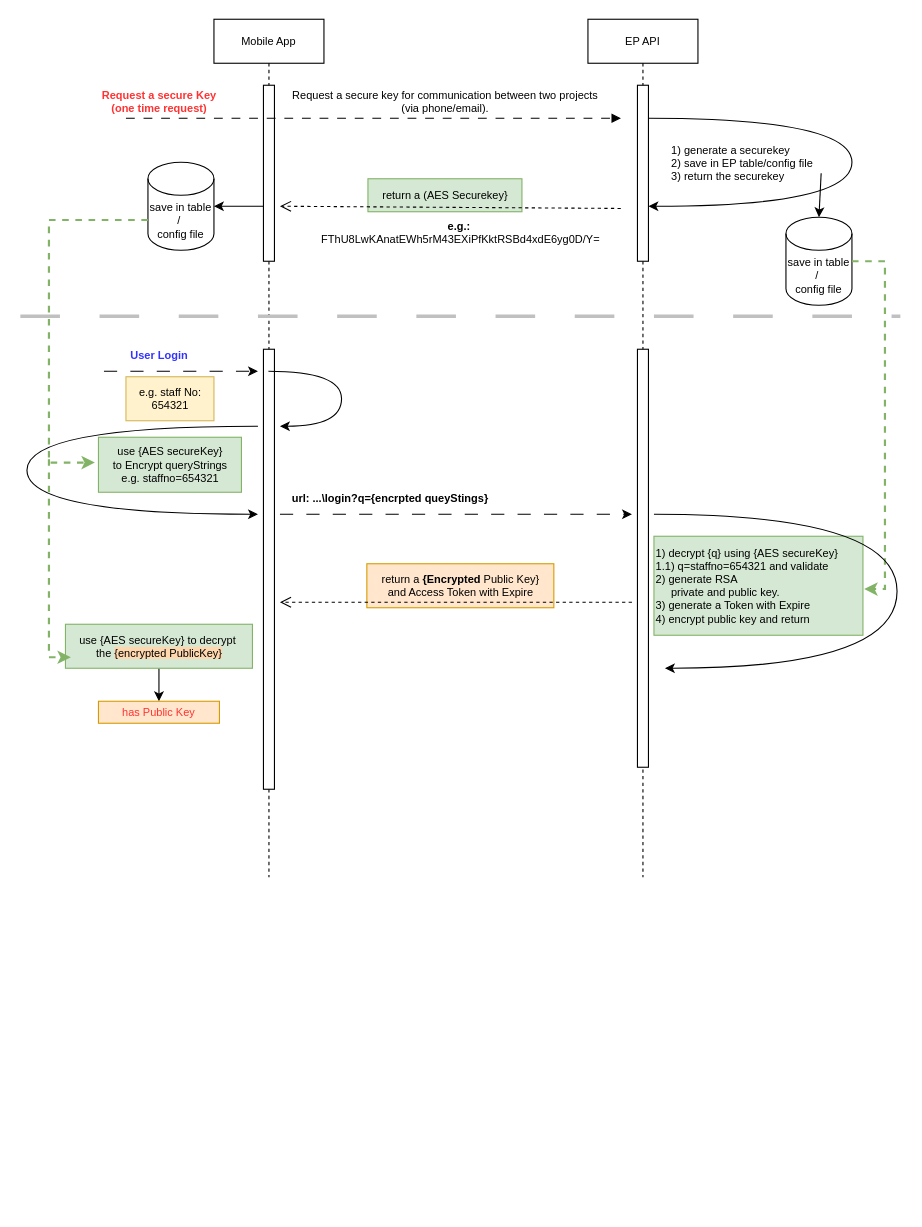
This is employeePortal_API_workflow.drawio from mujianlo/hrpt_drawio, a draw.io file, before an edit. Source tidied: cells renumbered, new cells numbered last; positions are measured from the earlier drawing's top-left corner, leaving out a move shared by most shapes. Both pictures are drawn from the tidied source at 110%, with x=0, y=0 at pixel (20, 19).
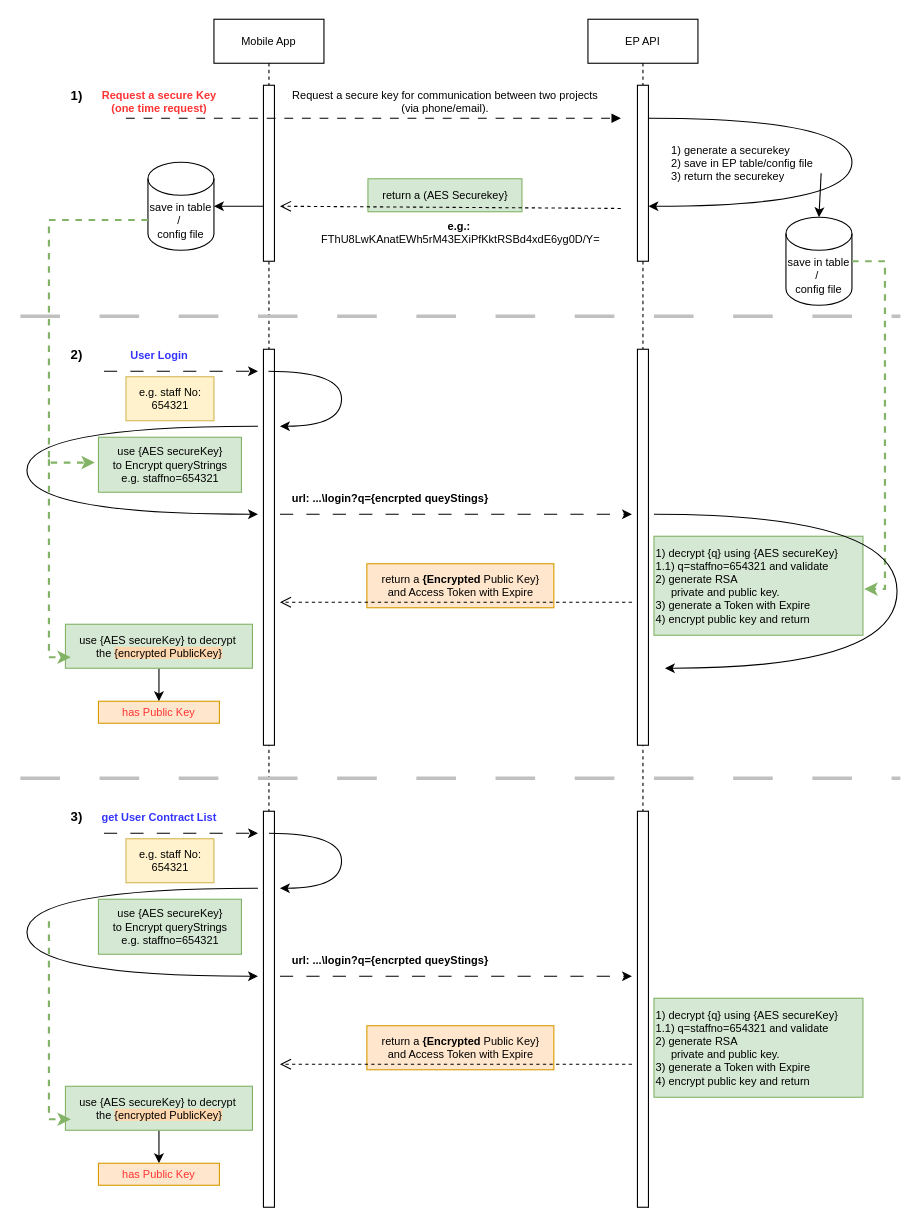
After the change.

Diff of the diagram source:
```diff
@@
     <mxCell id="4" value="Mobile App" style="shape=umlLifeline;perimeter=lifelinePerimeter;whiteSpace=wrap;html=1;outlineConnect=0;portConstraint=eastwest;newEdgeStyle={&quot;edgeStyle&quot;:&quot;elbowEdgeStyle&quot;,&quot;elbow&quot;:&quot;vertical&quot;,&quot;curved&quot;:0,&quot;rounded&quot;:0};fontSize=10;" parent="1" vertex="1">
-      <mxGeometry x="176" width="100" height="780" as="geometry" />
+      <mxGeometry x="176" width="100" height="940" as="geometry" />
     </mxCell>
@@
     <mxCell id="6" style="html=1;perimeter=orthogonalPerimeter;targetShapes=umlLifeline;newEdgeStyle={&quot;curved&quot;:0,&quot;rounded&quot;:0};fontSize=10;" parent="4" vertex="1">
-      <mxGeometry x="45" y="300" width="10" height="400" as="geometry" />
+      <mxGeometry x="45" y="300" width="10" height="360" as="geometry" />
     </mxCell>
     <mxCell id="7" value="EP API" style="shape=umlLifeline;perimeter=lifelinePerimeter;whiteSpace=wrap;html=1;newEdgeStyle={&quot;edgeStyle&quot;:&quot;elbowEdgeStyle&quot;,&quot;elbow&quot;:&quot;vertical&quot;,&quot;curved&quot;:0,&quot;rounded&quot;:0};fontSize=10;" parent="1" vertex="1">
-      <mxGeometry x="516" width="100" height="780" as="geometry" />
+      <mxGeometry x="516" width="100" height="940" as="geometry" />
     </mxCell>
@@
     <mxCell id="11" style="html=1;perimeter=orthogonalPerimeter;targetShapes=umlLifeline;newEdgeStyle={&quot;curved&quot;:0,&quot;rounded&quot;:0};fontSize=10;" parent="7" vertex="1">
-      <mxGeometry x="45" y="300" width="10" height="380" as="geometry" />
+      <mxGeometry x="45" y="300" width="10" height="360" as="geometry" />
     </mxCell>
@@
+    <mxCell id="38" style="endArrow=none;dashed=1;html=1;rounded=0;dashPattern=12 12;fillColor=#e1d5e7;strokeColor=#c0c0c0;strokeWidth=3;" parent="1" edge="1">
+      <mxGeometry relative="1" as="geometry">
+        <mxPoint y="690" as="sourcePoint" />
+        <mxPoint x="800" y="690" as="targetPoint" />
+      </mxGeometry>
+    </mxCell>
+    <mxCell id="39" value="1)" style="text;html=1;align=center;verticalAlign=middle;strokeColor=none;fillColor=none;fontStyle=1;" parent="1" vertex="1">
+      <mxGeometry x="36" y="55" width="30" height="30" as="geometry" />
+    </mxCell>
+    <mxCell id="40" value="&lt;b&gt;2)&lt;/b&gt;" style="text;html=1;align=center;verticalAlign=middle;strokeColor=none;fillColor=none;" parent="1" vertex="1">
+      <mxGeometry x="36" y="290" width="30" height="30" as="geometry" />
+    </mxCell>
+    <mxCell id="41" value="&lt;div&gt;return a &lt;b&gt;{Encrypted&lt;/b&gt; Public Key}&lt;/div&gt;&lt;div&gt;and Access Token with Expire&lt;br&gt;&lt;/div&gt;" style="text;html=1;align=center;verticalAlign=middle;strokeColor=#d79b00;fillColor=#ffe6cc;fontSize=10;" parent="1" vertex="1">
+      <mxGeometry x="315" y="915" width="170" height="40" as="geometry" />
+    </mxCell>
+    <mxCell id="42" style="html=1;perimeter=orthogonalPerimeter;targetShapes=umlLifeline;newEdgeStyle={&quot;curved&quot;:0,&quot;rounded&quot;:0};fontSize=10;" parent="1" vertex="1">
+      <mxGeometry x="221" y="720" width="10" height="360" as="geometry" />
+    </mxCell>
+    <mxCell id="43" style="html=1;perimeter=orthogonalPerimeter;targetShapes=umlLifeline;newEdgeStyle={&quot;curved&quot;:0,&quot;rounded&quot;:0};fontSize=10;" parent="1" vertex="1">
+      <mxGeometry x="561" y="720" width="10" height="360" as="geometry" />
+    </mxCell>
+    <mxCell id="44" style="edgeStyle=orthogonalEdgeStyle;rounded=0;orthogonalLoop=1;jettySize=auto;html=1;curved=1;fontSize=10;" parent="1" edge="1">
+      <mxGeometry relative="1" as="geometry">
+        <mxPoint x="216" y="790" as="sourcePoint" />
+        <mxPoint x="216" y="870" as="targetPoint" />
+        <Array as="points">
+          <mxPoint x="6" y="790" />
+          <mxPoint x="6" y="870" />
+        </Array>
+      </mxGeometry>
+    </mxCell>
+    <mxCell id="45" style="endArrow=classic;html=1;rounded=0;dashed=1;dashPattern=12 12;fontSize=10;" parent="1" edge="1">
+      <mxGeometry relative="1" as="geometry">
+        <mxPoint x="76" y="740" as="sourcePoint" />
+        <mxPoint x="216" y="740" as="targetPoint" />
+      </mxGeometry>
+    </mxCell>
+    <mxCell id="46" value="e.g. staff No: &lt;br style=&quot;font-size: 10px;&quot;&gt;654321" style="text;html=1;align=center;verticalAlign=middle;strokeColor=#d6b656;fillColor=#fff2cc;fontSize=10;" parent="1" vertex="1">
+      <mxGeometry x="96" y="745" width="80" height="40" as="geometry" />
+    </mxCell>
+    <mxCell id="47" value="&lt;div style=&quot;font-size: 10px;&quot;&gt;use {AES secureKey}&lt;/div&gt;&lt;div style=&quot;font-size: 10px;&quot;&gt;to Encrypt queryStrings&lt;br style=&quot;font-size: 10px;&quot;&gt;e.g. staffno=654321&lt;br&gt;&lt;/div&gt;" style="text;html=1;align=center;verticalAlign=middle;strokeColor=#82b366;fillColor=#d5e8d4;fontSize=10;" parent="1" vertex="1">
+      <mxGeometry x="71" y="800" width="130" height="50" as="geometry" />
+    </mxCell>
+    <mxCell id="48" style="endArrow=classic;html=1;rounded=0;dashed=1;dashPattern=12 12;edgeStyle=elbowEdgeStyle;fontSize=10;" parent="1" edge="1">
+      <mxGeometry relative="1" as="geometry">
+        <mxPoint x="236" y="870" as="sourcePoint" />
+        <mxPoint x="556" y="870" as="targetPoint" />
+      </mxGeometry>
+    </mxCell>
+    <mxCell id="49" value="url: ...\login?q={encrpted queyStings}" style="text;html=1;align=center;verticalAlign=middle;strokeColor=none;fillColor=none;fontStyle=1;fontSize=10;" parent="1" vertex="1">
+      <mxGeometry x="236" y="840" width="200" height="30" as="geometry" />
+    </mxCell>
+    <mxCell id="50" value="&lt;div style=&quot;font-size: 10px;&quot;&gt;&lt;font style=&quot;font-size: 10px;&quot;&gt;1) decrypt {q} using {AES secureKey}&lt;br style=&quot;font-size: 10px;&quot;&gt;&lt;/font&gt;&lt;/div&gt;&lt;div style=&quot;font-size: 10px;&quot;&gt;&lt;font style=&quot;font-size: 10px;&quot;&gt;1.1) q=staffno=654321 and validate&lt;br style=&quot;font-size: 10px;&quot;&gt;&lt;/font&gt;&lt;/div&gt;&lt;div style=&quot;font-size: 10px;&quot;&gt;&lt;font style=&quot;font-size: 10px;&quot;&gt;2) generate RSA&lt;/font&gt;&lt;/div&gt;&lt;div style=&quot;font-size: 10px;&quot;&gt;&lt;font style=&quot;font-size: 10px;&quot;&gt;&lt;font style=&quot;font-size: 10px;&quot;&gt;&amp;nbsp; &amp;nbsp;&amp;nbsp; private and public key.&lt;/font&gt;&lt;/font&gt;&lt;/div&gt;&lt;div style=&quot;font-size: 10px;&quot;&gt;&lt;font style=&quot;font-size: 10px;&quot;&gt;&lt;font style=&quot;font-size: 10px;&quot;&gt;3) generate a Token with Expire&lt;br&gt;&lt;/font&gt;&lt;/font&gt;&lt;/div&gt;&lt;div&gt;4) encrypt public key and return&lt;br&gt;&lt;/div&gt;" style="text;html=1;align=left;verticalAlign=middle;strokeColor=#82b366;fillColor=#d5e8d4;fontSize=10;" parent="1" vertex="1">
+      <mxGeometry x="576" y="890" width="190" height="90" as="geometry" />
+    </mxCell>
+    <mxCell id="51" style="html=1;verticalAlign=bottom;endArrow=open;dashed=1;endSize=8;elbow=horizontal;rounded=0;fontSize=10;" parent="1" edge="1">
+      <mxGeometry relative="1" as="geometry">
+        <mxPoint x="556" y="950" as="sourcePoint" />
+        <mxPoint x="236" y="950" as="targetPoint" />
+      </mxGeometry>
+    </mxCell>
+    <mxCell id="52" style="edgeStyle=orthogonalEdgeStyle;rounded=0;jettySize=auto;html=1;" parent="1" edge="1" source="53" target="55">
+      <mxGeometry relative="1" as="geometry" />
+    </mxCell>
+    <mxCell id="53" value="&lt;div&gt;use {AES secureKey} to decrypt&amp;nbsp;&lt;/div&gt;&lt;div&gt;the &lt;span style=&quot;background-color: rgb(255, 215, 174);&quot;&gt;{encrypted PublicKey}&lt;/span&gt;&lt;/div&gt;" style="text;html=1;align=center;verticalAlign=middle;points=[];strokeColor=#82b366;fillColor=#d5e8d4;fontSize=10;" parent="1" vertex="1">
+      <mxGeometry x="41" y="970" width="170" height="40" as="geometry" />
+    </mxCell>
+    <mxCell id="54" style="endArrow=classic;html=1;rounded=0;edgeStyle=elbowEdgeStyle;dashed=1;fillColor=#d5e8d4;strokeColor=#82b366;strokeWidth=2;fontSize=10;entryX=0.029;entryY=0.75;entryDx=0;entryDy=0;entryPerimeter=0;" parent="1" edge="1" target="53">
+      <mxGeometry relative="1" as="geometry">
+        <mxPoint x="26" y="820" as="sourcePoint" />
+        <Array as="points">
+          <mxPoint x="26" y="910" />
+        </Array>
+      </mxGeometry>
+    </mxCell>
+    <mxCell id="55" value="has Public Key" style="rounded=0;whiteSpace=wrap;html=1;fillColor=#ffe6cc;strokeColor=#d79b00;fontSize=10;fontColor=#FF3333;" parent="1" vertex="1">
+      <mxGeometry x="71" y="1040" width="110" height="20" as="geometry" />
+    </mxCell>
+    <mxCell id="56" style="edgeStyle=orthogonalEdgeStyle;rounded=0;orthogonalLoop=1;jettySize=auto;html=1;curved=1;fontSize=10;" parent="1" edge="1">
+      <mxGeometry relative="1" as="geometry">
+        <mxPoint x="226" y="740" as="sourcePoint" />
+        <mxPoint x="236" y="790" as="targetPoint" />
+        <Array as="points">
+          <mxPoint x="292" y="740" />
+          <mxPoint x="292" y="790" />
+          <mxPoint x="236" y="790" />
+        </Array>
+      </mxGeometry>
+    </mxCell>
+    <mxCell id="57" value="&lt;b&gt;3)&lt;/b&gt;" style="text;html=1;align=center;verticalAlign=middle;strokeColor=none;fillColor=none;" parent="1" vertex="1">
+      <mxGeometry x="36" y="710" width="30" height="30" as="geometry" />
+    </mxCell>
+    <mxCell id="58" value="get User Contract List" style="text;html=1;align=center;verticalAlign=middle;strokeColor=none;fillColor=none;fontSize=10;fontStyle=1;fontColor=#3333FF;" parent="1" vertex="1">
+      <mxGeometry x="66" y="710" width="120" height="30" as="geometry" />
+    </mxCell>
```
